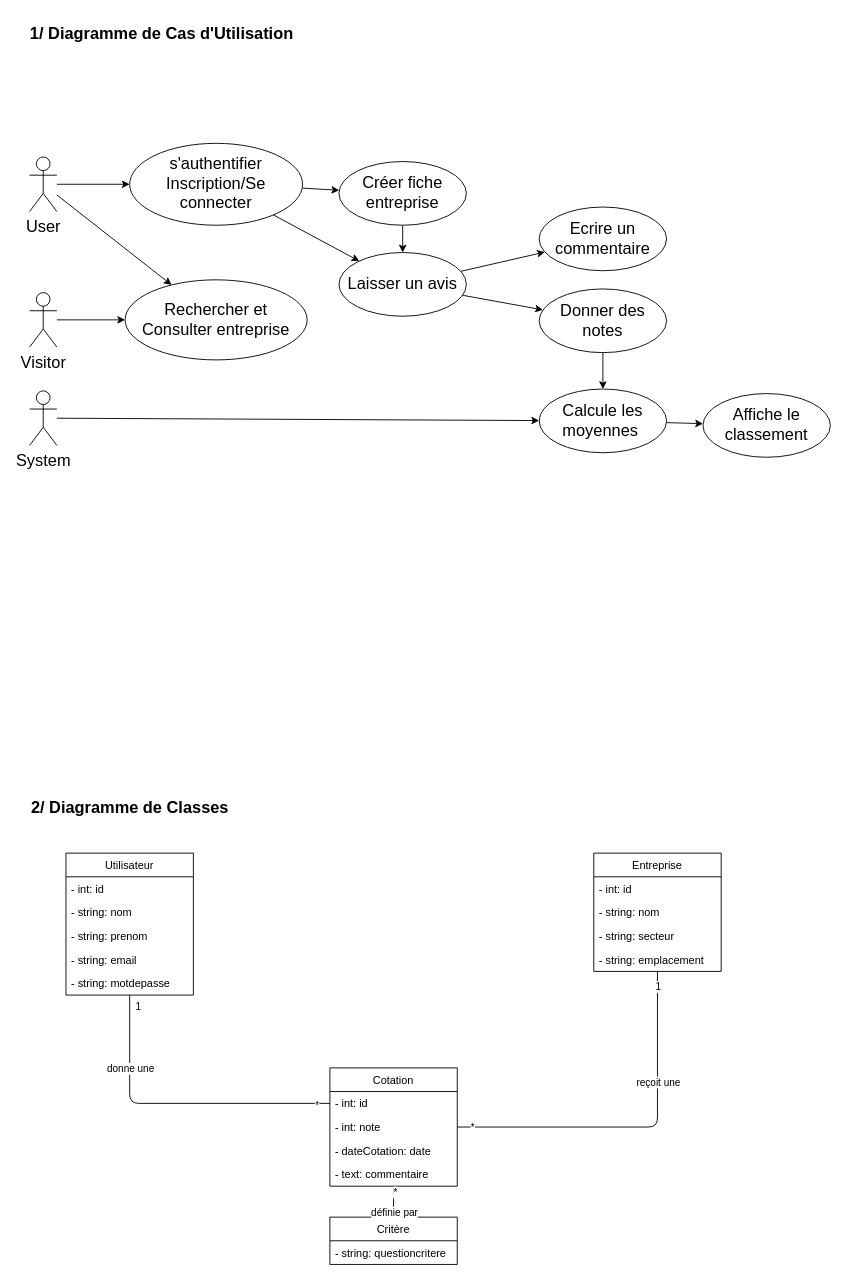
choquitofrito/Symfony_project_Whos_the_boss keeps this draw.io diagram as Documentation/WhosTheBossNew.drawio. Above is the earlier version. Source tidied: cells renumbered, new cells numbered last; positions are measured from the earlier drawing's top-left corner, leaving out a move shared by most shapes. Both pictures are drawn from the tidied source at 91%, with x=0, y=0 at pixel (20, 15).
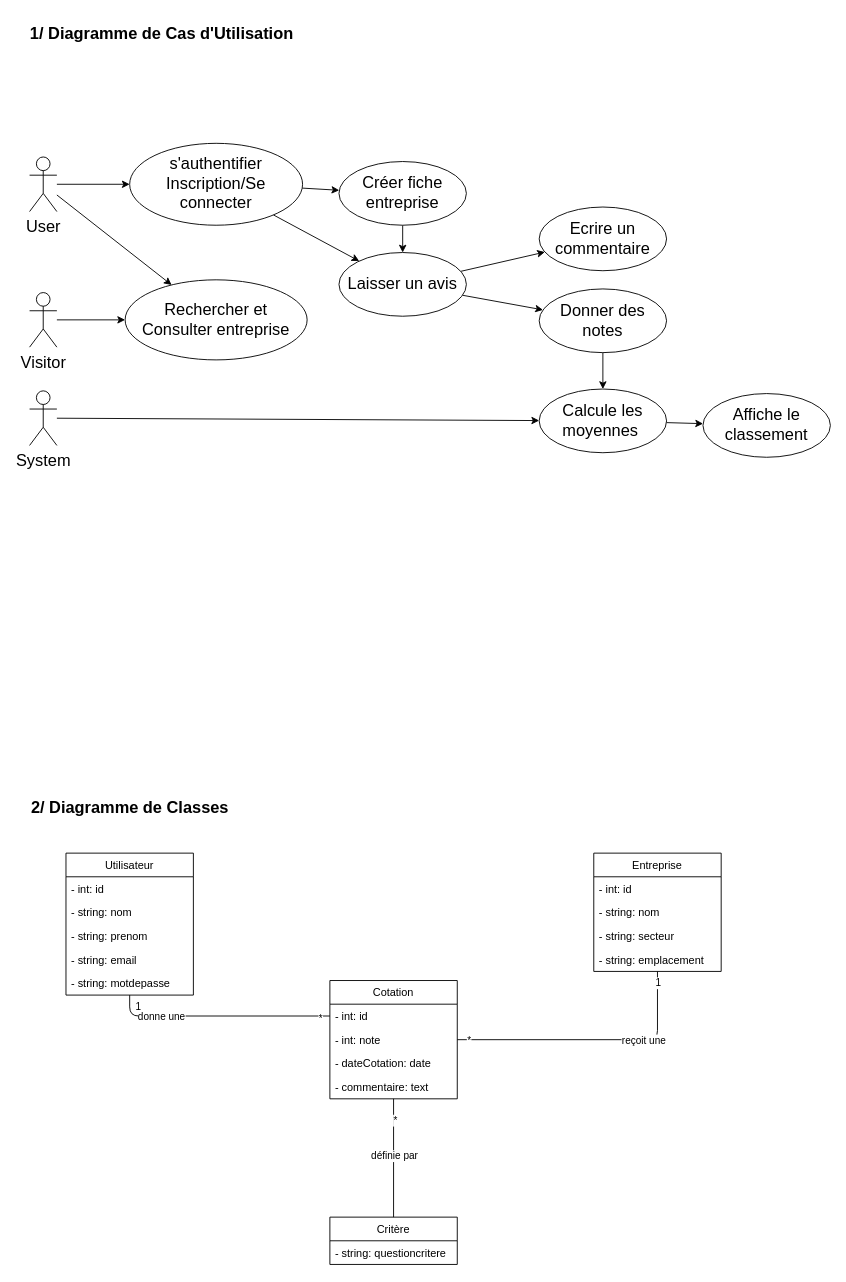
After the change.

Commit message (it also covers changes not shown here):
CotationFixtures modifié d'accord au nouveau diagramme

Change to the diagram source:
```diff
@@
     <mxCell id="44" value="Cotation" style="swimlane;fontStyle=0;horizontal=1;startSize=26;fillColor=none;" parent="1" vertex="1">
-      <mxGeometry x="340" y="1156" width="140" height="130" as="geometry" />
+      <mxGeometry x="340" y="1060" width="140" height="130" as="geometry" />
     </mxCell>
@@
-    <mxCell id="48" value="- text: commentaire" style="text;strokeColor=none;fillColor=none;align=left;verticalAlign=top;spacingLeft=4;spacingRight=4;overflow=hidden;" parent="44" vertex="1">
+    <mxCell id="48" value="- commentaire: text" style="text;strokeColor=none;fillColor=none;align=left;verticalAlign=top;spacingLeft=4;spacingRight=4;overflow=hidden;" parent="44" vertex="1">
       <mxGeometry y="104" width="140" height="26" as="geometry" />
     </mxCell>
```
